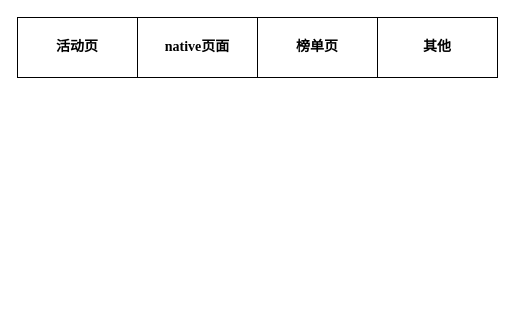
Before: 栏目重构.drawio in mineminemine123/work-wiki, a draw.io diagram. Source tidied: cells renumbered, new cells numbered last; positions are measured from the earlier drawing's top-left corner, leaving out a move shared by most shapes. Both pictures are drawn from the tidied source at 100%, with x=0, y=0 at pixel (17, 17).
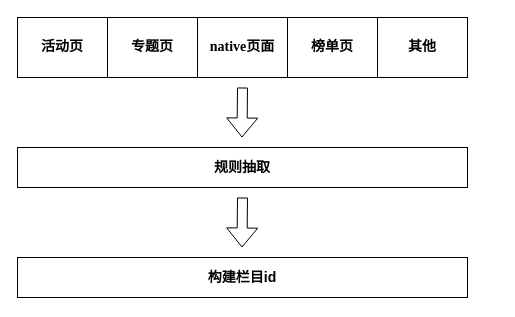
After the change.

Commit message (it also covers changes not shown here):
更新栏目重构.drawio

Diff of the diagram source:
```diff
@@
 <mxGraphModel>
   <root>
     <mxCell id="0" />
     <mxCell id="1" parent="0" />
     <mxCell id="2" value="&lt;div class=&quot;okr-block-clipboard&quot; style=&quot;font-size: 14px&quot;&gt;&lt;/div&gt;&lt;div style=&quot;font-size: 14px&quot;&gt;活动页&lt;/div&gt;" style="rounded=0;whiteSpace=wrap;html=1;sketch=0;fontStyle=1;fontFamily=Times New Roman;fontSize=14;" parent="1" vertex="1">
-      <mxGeometry width="120" height="60" as="geometry" />
+      <mxGeometry width="90" height="60" as="geometry" />
     </mxCell>
-    <mxCell id="3" value="&lt;div class=&quot;okr-block-clipboard&quot; style=&quot;font-size: 14px;&quot;&gt;&lt;/div&gt;&lt;div style=&quot;font-size: 14px;&quot;&gt;native页面&lt;/div&gt;" style="rounded=0;whiteSpace=wrap;html=1;sketch=0;fontStyle=1;fontFamily=Times New Roman;fontSize=14;" parent="1" vertex="1">
-      <mxGeometry x="120" width="120" height="60" as="geometry" />
+    <mxCell id="3" value="&lt;div class=&quot;okr-block-clipboard&quot; style=&quot;font-size: 14px&quot;&gt;&lt;/div&gt;&lt;h3 style=&quot;font-size: 14px&quot;&gt;native页面&lt;/h3&gt;" style="rounded=0;whiteSpace=wrap;html=1;sketch=0;fontStyle=1;fontFamily=Times New Roman;fontSize=14;" parent="1" vertex="1">
+      <mxGeometry x="180" width="90" height="60" as="geometry" />
     </mxCell>
     <mxCell id="4" value="&lt;div class=&quot;okr-block-clipboard&quot; style=&quot;font-size: 14px;&quot;&gt;&lt;/div&gt;&lt;div style=&quot;font-size: 14px;&quot;&gt;榜单页&lt;/div&gt;" style="rounded=0;whiteSpace=wrap;html=1;sketch=0;fontStyle=1;fontFamily=Times New Roman;fontSize=14;" parent="1" vertex="1">
-      <mxGeometry x="240" width="120" height="60" as="geometry" />
+      <mxGeometry x="270" width="90" height="60" as="geometry" />
     </mxCell>
     <mxCell id="5" value="&lt;div class=&quot;okr-block-clipboard&quot; style=&quot;font-size: 14px&quot;&gt;&lt;/div&gt;&lt;div style=&quot;font-size: 14px&quot;&gt;其他&lt;/div&gt;" style="rounded=0;whiteSpace=wrap;html=1;sketch=0;fontStyle=1;fontFamily=Times New Roman;fontSize=14;" parent="1" vertex="1">
-      <mxGeometry x="360" width="120" height="60" as="geometry" />
+      <mxGeometry x="360" width="90" height="60" as="geometry" />
     </mxCell>
+    <mxCell id="6" value="&lt;h3&gt;规则抽取&lt;/h3&gt;" style="rounded=0;whiteSpace=wrap;html=1;" parent="1" vertex="1">
+      <mxGeometry y="130" width="450" height="40" as="geometry" />
+    </mxCell>
+    <mxCell id="7" value="&lt;h3&gt;构建栏目id&lt;/h3&gt;" style="rounded=0;whiteSpace=wrap;html=1;" parent="1" vertex="1">
+      <mxGeometry y="240" width="450" height="40" as="geometry" />
+    </mxCell>
+    <mxCell id="8" value="&lt;div class=&quot;okr-block-clipboard&quot; style=&quot;font-size: 14px&quot;&gt;&lt;/div&gt;&lt;div style=&quot;font-size: 14px&quot;&gt;专题页&lt;/div&gt;" style="rounded=0;whiteSpace=wrap;html=1;sketch=0;fontStyle=1;fontFamily=Times New Roman;fontSize=14;" parent="1" vertex="1">
+      <mxGeometry x="90" width="90" height="60" as="geometry" />
+    </mxCell>
+    <mxCell id="9" style="shape=flexArrow;endArrow=classic;html=1;rounded=0;" parent="1" edge="1">
+      <mxGeometry relative="1" as="geometry">
+        <mxPoint x="225" y="70" as="sourcePoint" />
+        <mxPoint x="224.5" y="120" as="targetPoint" />
+      </mxGeometry>
+    </mxCell>
+    <mxCell id="10" style="shape=flexArrow;endArrow=classic;html=1;rounded=0;" parent="1" edge="1">
+      <mxGeometry relative="1" as="geometry">
+        <mxPoint x="225" y="180" as="sourcePoint" />
+        <mxPoint x="224.5" y="230" as="targetPoint" />
+      </mxGeometry>
+    </mxCell>
   </root>
 </mxGraphModel>
```
